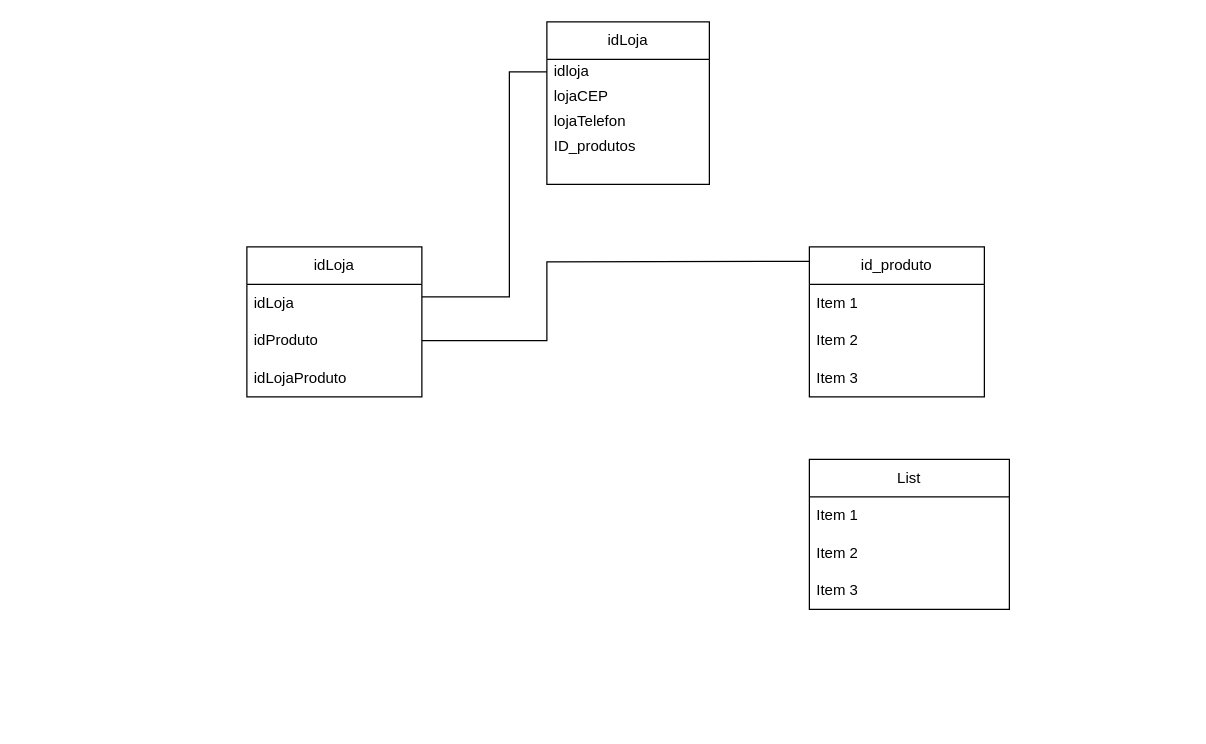
Earlier version of the draw.io diagram Diagrama sem nome.drawio (yNume/Draw.io2). Source tidied: cells renumbered, new cells numbered last; positions are measured from the earlier drawing's top-left corner, leaving out a move shared by most shapes. Both pictures are drawn from the tidied source at 125%, with x=0, y=0 at pixel (246, 21).
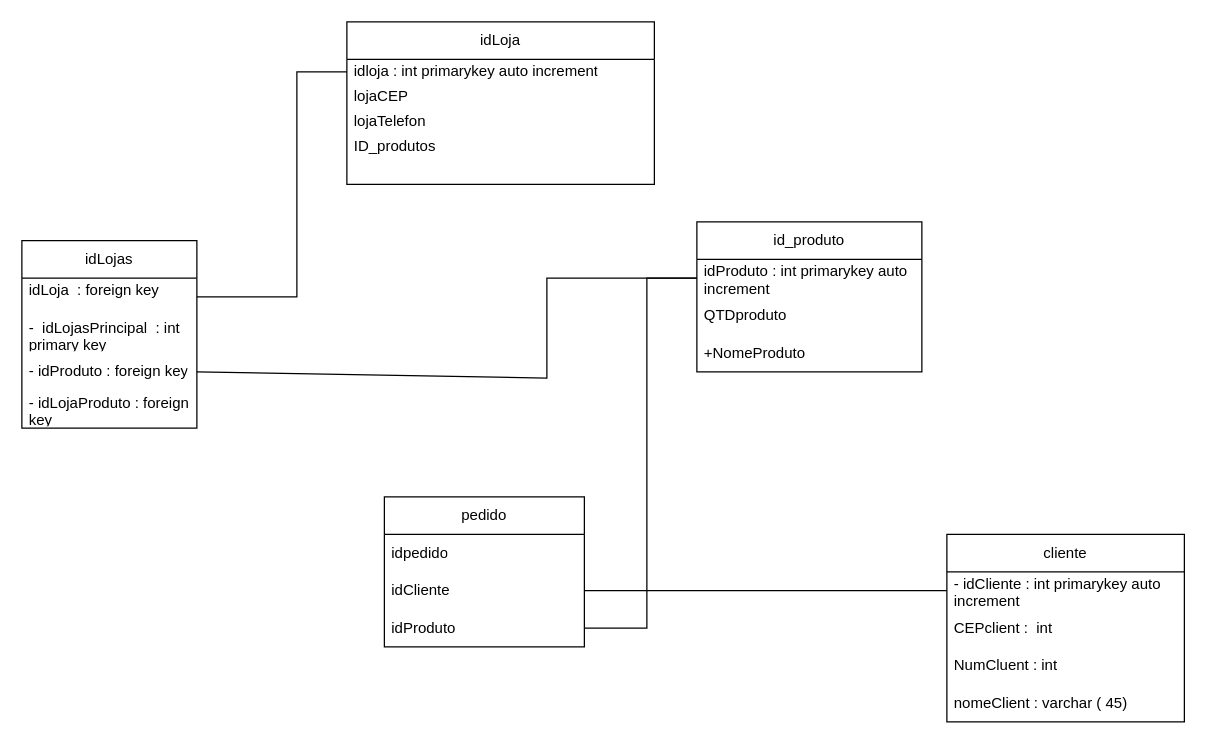
After the change.

Change to the diagram source:
```diff
@@
-    <mxCell id="2" value="idLoja" style="swimlane;fontStyle=0;horizontal=1;startSize=30;whiteSpace=wrap;html=1;" parent="1" vertex="1">
-      <mxGeometry y="180" width="140" height="120" as="geometry" />
+    <mxCell id="2" value="idLojas" style="swimlane;fontStyle=0;horizontal=1;startSize=30;whiteSpace=wrap;html=1;" parent="1" vertex="1">
+      <mxGeometry x="-180" y="175" width="140" height="150" as="geometry" />
     </mxCell>
+    <mxCell id="22" value="idLoja&amp;nbsp; : foreign key&amp;nbsp;&lt;div&gt;&amp;nbsp;&lt;/div&gt;" style="text;strokeColor=none;fillColor=none;align=left;verticalAlign=middle;spacingLeft=4;spacingRight=4;overflow=hidden;points=[[0,0.5],[1,0.5]];portConstraint=eastwest;whiteSpace=wrap;html=1;" parent="2" vertex="1">
+      <mxGeometry y="30" width="140" height="30" as="geometry" />
+    </mxCell>
-    <mxCell id="3" value="idLoja" style="text;strokeColor=none;fillColor=none;align=left;verticalAlign=middle;spacingLeft=4;spacingRight=4;overflow=hidden;whiteSpace=wrap;html=1;" parent="2" vertex="1">
-      <mxGeometry y="30" width="140" height="30" as="geometry" />
+    <mxCell id="3" value="-&amp;nbsp; idLojasPrincipal&amp;nbsp; : int primary key" style="text;strokeColor=none;fillColor=none;align=left;verticalAlign=middle;spacingLeft=4;spacingRight=4;overflow=hidden;whiteSpace=wrap;html=1;" parent="2" vertex="1">
+      <mxGeometry y="60" width="140" height="30" as="geometry" />
     </mxCell>
-    <mxCell id="4" value="idProduto" style="text;strokeColor=none;fillColor=none;align=left;verticalAlign=middle;spacingLeft=4;spacingRight=4;overflow=hidden;points=[[0,0.5],[1,0.5]];portConstraint=eastwest;whiteSpace=wrap;html=1;" parent="2" vertex="1">
-      <mxGeometry y="60" width="140" height="30" as="geometry" />
+    <mxCell id="4" value="&lt;div&gt;&lt;span style=&quot;background-color: initial;&quot;&gt;- idProduto :&amp;nbsp;&lt;/span&gt;&lt;span style=&quot;background-color: initial;&quot;&gt;foreign key&lt;/span&gt;&lt;br&gt;&lt;/div&gt;" style="text;strokeColor=none;fillColor=none;align=left;verticalAlign=middle;spacingLeft=4;spacingRight=4;overflow=hidden;points=[[0,0.5],[1,0.5]];portConstraint=eastwest;whiteSpace=wrap;html=1;" parent="2" vertex="1">
+      <mxGeometry y="90" width="140" height="30" as="geometry" />
     </mxCell>
-    <mxCell id="5" value="idLojaProduto" style="text;strokeColor=none;fillColor=none;align=left;verticalAlign=middle;spacingLeft=4;spacingRight=4;overflow=hidden;whiteSpace=wrap;html=1;" parent="2" vertex="1">
-      <mxGeometry y="90" width="140" height="30" as="geometry" />
+    <mxCell id="5" value="- idLojaProduto : foreign key" style="text;strokeColor=none;fillColor=none;align=left;verticalAlign=middle;spacingLeft=4;spacingRight=4;overflow=hidden;whiteSpace=wrap;html=1;" parent="2" vertex="1">
+      <mxGeometry y="120" width="140" height="30" as="geometry" />
     </mxCell>
-    <mxCell id="6" style="endArrow=none;html=1;rounded=0;entryX=0;entryY=0.5;entryDx=0;entryDy=0;" parent="1" edge="1" target="8">
+    <mxCell id="6" style="endArrow=none;html=1;rounded=0;entryX=0;entryY=0.5;entryDx=0;entryDy=0;exitX=1;exitY=0.5;exitDx=0;exitDy=0;" parent="1" edge="1" source="22" target="8">
       <mxGeometry relative="1" as="geometry">
-        <mxPoint x="140" y="220" as="sourcePoint" />
         <Array as="points">
-          <mxPoint x="210" y="220" />
-          <mxPoint x="210" y="40" />
+          <mxPoint x="40" y="220" />
+          <mxPoint x="40" y="40" />
         </Array>
       </mxGeometry>
     </mxCell>
     <mxCell id="7" value="idLoja" style="swimlane;fontStyle=0;horizontal=1;startSize=30;whiteSpace=wrap;html=1;" parent="1" vertex="1">
-      <mxGeometry x="240" width="130" height="130" as="geometry" />
+      <mxGeometry x="80" width="246" height="130" as="geometry" />
     </mxCell>
-    <mxCell id="8" value="idloja" style="text;strokeColor=none;fillColor=none;align=left;verticalAlign=middle;spacingLeft=4;spacingRight=4;overflow=hidden;points=[[0,0.5],[1,0.5]];portConstraint=eastwest;whiteSpace=wrap;html=1;" parent="7" vertex="1">
-      <mxGeometry y="30" width="130" height="20" as="geometry" />
+    <mxCell id="8" value="idloja : int primarykey auto increment" style="text;strokeColor=none;fillColor=none;align=left;verticalAlign=middle;spacingLeft=4;spacingRight=4;overflow=hidden;points=[[0,0.5],[1,0.5]];portConstraint=eastwest;whiteSpace=wrap;html=1;" parent="7" vertex="1">
+      <mxGeometry y="30" width="246" height="20" as="geometry" />
     </mxCell>
     <mxCell id="9" value="lojaCEP" style="text;strokeColor=none;fillColor=none;align=left;verticalAlign=middle;spacingLeft=4;spacingRight=4;overflow=hidden;whiteSpace=wrap;html=1;" parent="7" vertex="1">
-      <mxGeometry y="50" width="130" height="20" as="geometry" />
+      <mxGeometry y="50" width="246" height="20" as="geometry" />
     </mxCell>
     <mxCell id="10" value="lojaTelefon" style="text;strokeColor=none;fillColor=none;align=left;verticalAlign=middle;spacingLeft=4;spacingRight=4;overflow=hidden;whiteSpace=wrap;html=1;" parent="7" vertex="1">
-      <mxGeometry y="70" width="130" height="20" as="geometry" />
+      <mxGeometry y="70" width="246" height="20" as="geometry" />
     </mxCell>
     <mxCell id="11" value="ID_produtos" style="text;strokeColor=none;fillColor=none;align=left;verticalAlign=middle;spacingLeft=4;spacingRight=4;overflow=hidden;whiteSpace=wrap;html=1;" parent="7" vertex="1">
-      <mxGeometry y="90" width="130" height="20" as="geometry" />
+      <mxGeometry y="90" width="246" height="20" as="geometry" />
     </mxCell>
     <mxCell id="12" style="text;strokeColor=none;fillColor=none;align=left;verticalAlign=middle;spacingLeft=4;spacingRight=4;overflow=hidden;whiteSpace=wrap;html=1;" parent="7" vertex="1">
-      <mxGeometry y="110" width="130" height="20" as="geometry" />
+      <mxGeometry y="110" width="246" height="20" as="geometry" />
     </mxCell>
-    <mxCell id="13" style="endArrow=none;html=1;rounded=0;exitX=1;exitY=0.5;exitDx=0;exitDy=0;entryX=0.006;entryY=0.096;entryDx=0;entryDy=0;entryPerimeter=0;" parent="1" edge="1" source="4" target="14">
+    <mxCell id="13" style="endArrow=none;html=1;rounded=0;exitX=1;exitY=0.5;exitDx=0;exitDy=0;entryX=0;entryY=0.5;entryDx=0;entryDy=0;" parent="1" edge="1" source="4" target="15">
       <mxGeometry relative="1" as="geometry">
         <Array as="points">
-          <mxPoint x="240" y="255" />
-          <mxPoint x="240" y="192" />
+          <mxPoint x="240" y="285" />
+          <mxPoint x="240" y="205" />
         </Array>
       </mxGeometry>
     </mxCell>
     <mxCell id="14" value="id_produto" style="swimlane;fontStyle=0;horizontal=1;startSize=30;whiteSpace=wrap;html=1;" parent="1" vertex="1">
-      <mxGeometry x="450" y="180" width="140" height="120" as="geometry" />
+      <mxGeometry x="360" y="160" width="180" height="120" as="geometry" />
     </mxCell>
-    <mxCell id="15" value="Item 1" style="text;strokeColor=none;fillColor=none;align=left;verticalAlign=middle;spacingLeft=4;spacingRight=4;overflow=hidden;points=[[0,0.5],[1,0.5]];portConstraint=eastwest;whiteSpace=wrap;html=1;" parent="14" vertex="1">
-      <mxGeometry y="30" width="140" height="30" as="geometry" />
+    <mxCell id="15" value="idProduto : int primarykey auto increment" style="text;strokeColor=none;fillColor=none;align=left;verticalAlign=middle;spacingLeft=4;spacingRight=4;overflow=hidden;points=[[0,0.5],[1,0.5]];portConstraint=eastwest;whiteSpace=wrap;html=1;" parent="14" vertex="1">
+      <mxGeometry y="30" width="180" height="30" as="geometry" />
     </mxCell>
-    <mxCell id="16" value="Item 2" style="text;strokeColor=none;fillColor=none;align=left;verticalAlign=middle;spacingLeft=4;spacingRight=4;overflow=hidden;whiteSpace=wrap;html=1;" parent="14" vertex="1">
-      <mxGeometry y="60" width="140" height="30" as="geometry" />
+    <mxCell id="16" value="QTDproduto" style="text;strokeColor=none;fillColor=none;align=left;verticalAlign=middle;spacingLeft=4;spacingRight=4;overflow=hidden;whiteSpace=wrap;html=1;" parent="14" vertex="1">
+      <mxGeometry y="60" width="180" height="30" as="geometry" />
     </mxCell>
-    <mxCell id="17" value="Item 3" style="text;strokeColor=none;fillColor=none;align=left;verticalAlign=middle;spacingLeft=4;spacingRight=4;overflow=hidden;whiteSpace=wrap;html=1;" parent="14" vertex="1">
-      <mxGeometry y="90" width="140" height="30" as="geometry" />
+    <mxCell id="17" value="+NomeProduto" style="text;strokeColor=none;fillColor=none;align=left;verticalAlign=middle;spacingLeft=4;spacingRight=4;overflow=hidden;whiteSpace=wrap;html=1;" parent="14" vertex="1">
+      <mxGeometry y="90" width="180" height="30" as="geometry" />
     </mxCell>
-    <mxCell id="18" value="List" style="swimlane;fontStyle=0;horizontal=1;startSize=30;whiteSpace=wrap;html=1;" parent="1" vertex="1">
-      <mxGeometry x="450" y="350" width="160" height="120" as="geometry" />
+    <mxCell id="18" value="pedido" style="swimlane;fontStyle=0;horizontal=1;startSize=30;whiteSpace=wrap;html=1;" parent="1" vertex="1">
+      <mxGeometry x="110" y="380" width="160" height="120" as="geometry" />
     </mxCell>
-    <mxCell id="19" value="Item 1" style="text;strokeColor=none;fillColor=none;align=left;verticalAlign=middle;spacingLeft=4;spacingRight=4;overflow=hidden;whiteSpace=wrap;html=1;" parent="18" vertex="1">
+    <mxCell id="19" value="idpedido" style="text;strokeColor=none;fillColor=none;align=left;verticalAlign=middle;spacingLeft=4;spacingRight=4;overflow=hidden;whiteSpace=wrap;html=1;" parent="18" vertex="1">
       <mxGeometry y="30" width="160" height="30" as="geometry" />
     </mxCell>
-    <mxCell id="20" value="Item 2" style="text;strokeColor=none;fillColor=none;align=left;verticalAlign=middle;spacingLeft=4;spacingRight=4;overflow=hidden;points=[[0,0.5],[1,0.5]];portConstraint=eastwest;whiteSpace=wrap;html=1;" parent="18" vertex="1">
+    <mxCell id="20" value="idCliente" style="text;strokeColor=none;fillColor=none;align=left;verticalAlign=middle;spacingLeft=4;spacingRight=4;overflow=hidden;points=[[0,0.5],[1,0.5]];portConstraint=eastwest;whiteSpace=wrap;html=1;" parent="18" vertex="1">
       <mxGeometry y="60" width="160" height="30" as="geometry" />
     </mxCell>
-    <mxCell id="21" value="Item 3" style="text;strokeColor=none;fillColor=none;align=left;verticalAlign=middle;spacingLeft=4;spacingRight=4;overflow=hidden;points=[[0,0.5],[1,0.5]];portConstraint=eastwest;whiteSpace=wrap;html=1;" parent="18" vertex="1">
+    <mxCell id="21" value="idProduto" style="text;strokeColor=none;fillColor=none;align=left;verticalAlign=middle;spacingLeft=4;spacingRight=4;overflow=hidden;points=[[0,0.5],[1,0.5]];portConstraint=eastwest;whiteSpace=wrap;html=1;" parent="18" vertex="1">
       <mxGeometry y="90" width="160" height="30" as="geometry" />
     </mxCell>
+    <mxCell id="23" style="endArrow=none;html=1;rounded=0;exitX=1;exitY=0.5;exitDx=0;exitDy=0;entryX=0;entryY=0.5;entryDx=0;entryDy=0;" parent="1" edge="1" source="21" target="15">
+      <mxGeometry relative="1" as="geometry">
+        <Array as="points">
+          <mxPoint x="320" y="485" />
+          <mxPoint x="320" y="205" />
+        </Array>
+      </mxGeometry>
+    </mxCell>
+    <mxCell id="24" value="cliente" style="swimlane;fontStyle=0;horizontal=1;startSize=30;whiteSpace=wrap;html=1;" parent="1" vertex="1">
+      <mxGeometry x="560" y="410" width="190" height="150" as="geometry" />
+    </mxCell>
+    <mxCell id="25" value="- idCliente : int primarykey auto increment" style="text;strokeColor=none;fillColor=none;align=left;verticalAlign=middle;spacingLeft=4;spacingRight=4;overflow=hidden;points=[[0,0.5],[1,0.5]];portConstraint=eastwest;whiteSpace=wrap;html=1;" parent="24" vertex="1">
+      <mxGeometry y="30" width="190" height="30" as="geometry" />
+    </mxCell>
+    <mxCell id="26" value="CEPclient :&amp;nbsp; int&amp;nbsp;" style="text;strokeColor=none;fillColor=none;align=left;verticalAlign=middle;spacingLeft=4;spacingRight=4;overflow=hidden;whiteSpace=wrap;html=1;" parent="24" vertex="1">
+      <mxGeometry y="60" width="190" height="30" as="geometry" />
+    </mxCell>
+    <mxCell id="27" value="NumCluent : int" style="text;strokeColor=none;fillColor=none;align=left;verticalAlign=middle;spacingLeft=4;spacingRight=4;overflow=hidden;whiteSpace=wrap;html=1;" parent="24" vertex="1">
+      <mxGeometry y="90" width="190" height="30" as="geometry" />
+    </mxCell>
+    <mxCell id="28" value="nomeClient : varchar ( 45)" style="text;strokeColor=none;fillColor=none;align=left;verticalAlign=middle;spacingLeft=4;spacingRight=4;overflow=hidden;whiteSpace=wrap;html=1;" parent="24" vertex="1">
+      <mxGeometry y="120" width="190" height="30" as="geometry" />
+    </mxCell>
+    <mxCell id="29" style="endArrow=none;html=1;rounded=0;exitX=1;exitY=0.5;exitDx=0;exitDy=0;entryX=0;entryY=0.5;entryDx=0;entryDy=0;" parent="1" edge="1" source="20" target="25">
+      <mxGeometry relative="1" as="geometry" />
+    </mxCell>
```
